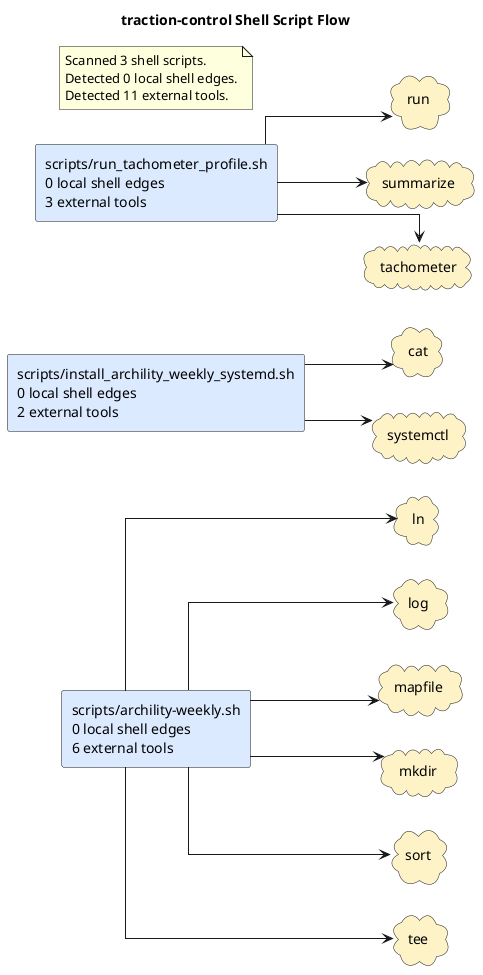
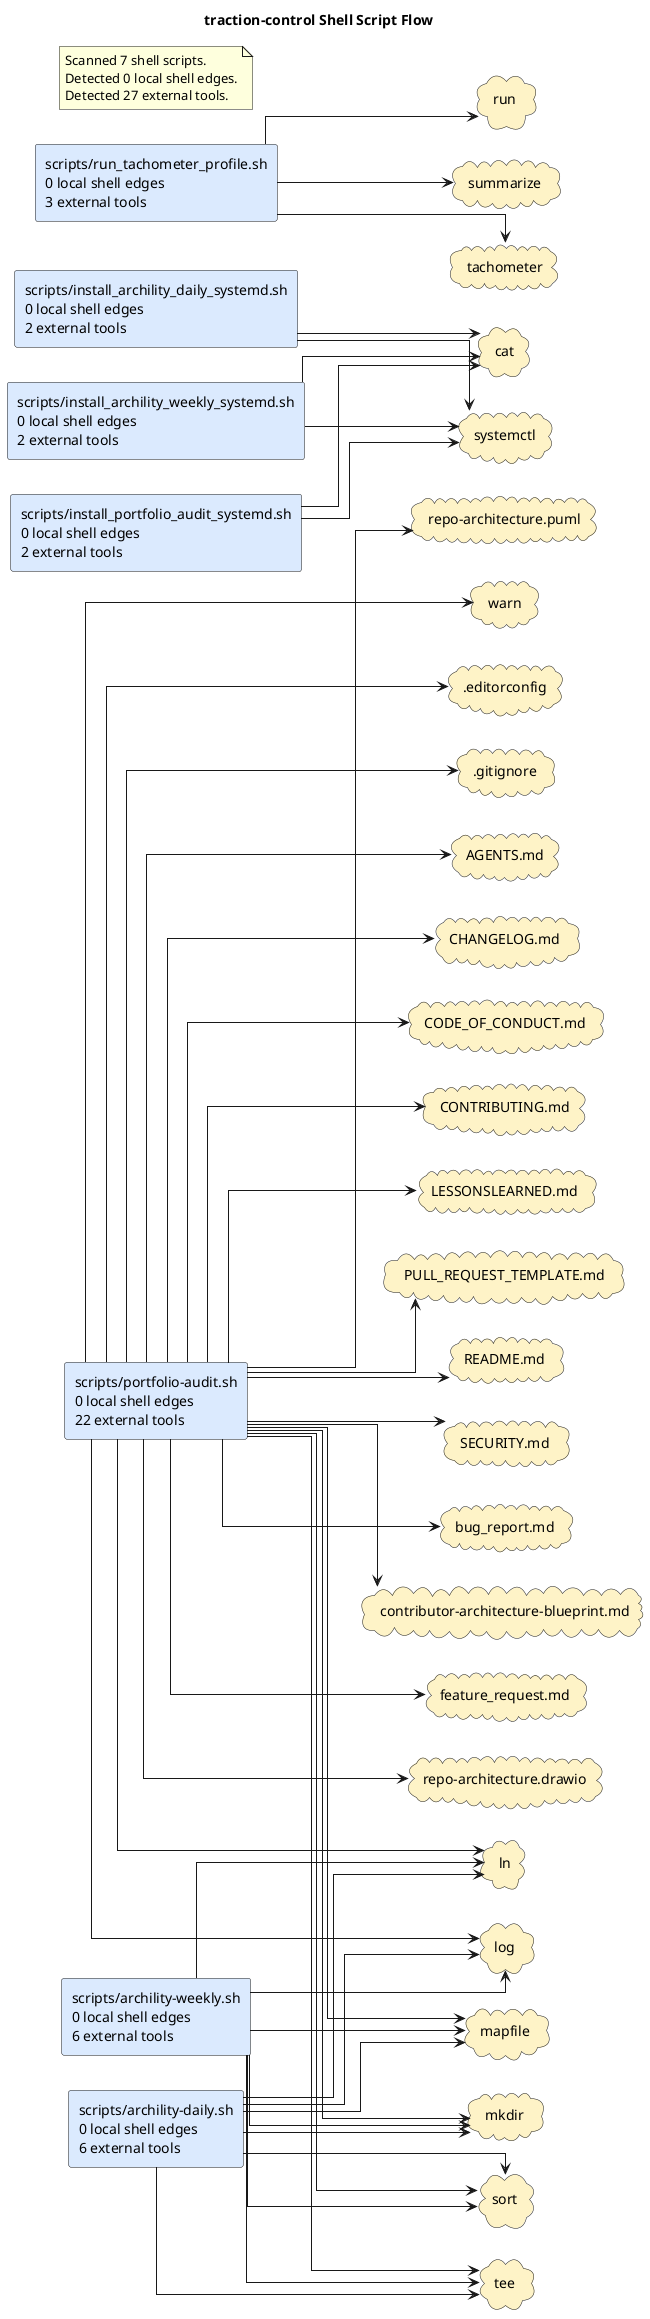
@startuml
title traction-control Shell Script Flow
left to right direction
skinparam shadowing false
skinparam defaultFontName Monospace
skinparam componentStyle rectangle
skinparam linetype ortho
+ rectangle "scripts/archility-daily.sh\n0 local shell edges\n6 external tools" as shell_scripts_archility_daily_sh #DBEAFE
rectangle "scripts/archility-weekly.sh\n0 local shell edges\n6 external tools" as shell_scripts_archility_weekly_sh #DBEAFE
+ rectangle "scripts/install_archility_daily_systemd.sh\n0 local shell edges\n2 external tools" as shell_scripts_install_archility_daily_systemd_sh #DBEAFE
rectangle "scripts/install_archility_weekly_systemd.sh\n0 local shell edges\n2 external tools" as shell_scripts_install_archility_weekly_systemd_sh #DBEAFE
+ rectangle "scripts/install_portfolio_audit_systemd.sh\n0 local shell edges\n2 external tools" as shell_scripts_install_portfolio_audit_systemd_sh #DBEAFE
+ rectangle "scripts/portfolio-audit.sh\n0 local shell edges\n22 external tools" as shell_scripts_portfolio_audit_sh #DBEAFE
rectangle "scripts/run_tachometer_profile.sh\n0 local shell edges\n3 external tools" as shell_scripts_run_tachometer_profile_sh #DBEAFE
+ cloud ".editorconfig" as tool_editorconfig #FEF3C7
+ cloud ".gitignore" as tool_gitignore #FEF3C7
+ cloud "AGENTS.md" as tool_agents_md #FEF3C7
+ cloud "CHANGELOG.md" as tool_changelog_md #FEF3C7
+ cloud "CODE_OF_CONDUCT.md" as tool_code_of_conduct_md #FEF3C7
+ cloud "CONTRIBUTING.md" as tool_contributing_md #FEF3C7
+ cloud "LESSONSLEARNED.md" as tool_lessonslearned_md #FEF3C7
+ cloud "PULL_REQUEST_TEMPLATE.md" as tool_pull_request_template_md #FEF3C7
+ cloud "README.md" as tool_readme_md #FEF3C7
+ cloud "SECURITY.md" as tool_security_md #FEF3C7
+ cloud "bug_report.md" as tool_bug_report_md #FEF3C7
cloud "cat" as tool_cat #FEF3C7
+ cloud "contributor-architecture-blueprint.md" as tool_contributor_architecture_blueprint_md #FEF3C7
+ cloud "feature_request.md" as tool_feature_request_md #FEF3C7
cloud "ln" as tool_ln #FEF3C7
cloud "log" as tool_log #FEF3C7
cloud "mapfile" as tool_mapfile #FEF3C7
cloud "mkdir" as tool_mkdir #FEF3C7
+ cloud "repo-architecture.drawio" as tool_repo_architecture_drawio #FEF3C7
+ cloud "repo-architecture.puml" as tool_repo_architecture_puml #FEF3C7
cloud "run" as tool_run #FEF3C7
cloud "sort" as tool_sort #FEF3C7
cloud "summarize" as tool_summarize #FEF3C7
cloud "systemctl" as tool_systemctl #FEF3C7
cloud "tachometer" as tool_tachometer #FEF3C7
cloud "tee" as tool_tee #FEF3C7
+ cloud "warn" as tool_warn #FEF3C7
+ shell_scripts_archility_daily_sh --> tool_ln
+ shell_scripts_archility_daily_sh --> tool_log
+ shell_scripts_archility_daily_sh --> tool_mapfile
+ shell_scripts_archility_daily_sh --> tool_mkdir
+ shell_scripts_archility_daily_sh --> tool_sort
+ shell_scripts_archility_daily_sh --> tool_tee
shell_scripts_archility_weekly_sh --> tool_ln
shell_scripts_archility_weekly_sh --> tool_log
shell_scripts_archility_weekly_sh --> tool_mapfile
shell_scripts_archility_weekly_sh --> tool_mkdir
shell_scripts_archility_weekly_sh --> tool_sort
shell_scripts_archility_weekly_sh --> tool_tee
+ shell_scripts_install_archility_daily_systemd_sh --> tool_cat
+ shell_scripts_install_archility_daily_systemd_sh --> tool_systemctl
shell_scripts_install_archility_weekly_systemd_sh --> tool_cat
shell_scripts_install_archility_weekly_systemd_sh --> tool_systemctl
+ shell_scripts_install_portfolio_audit_systemd_sh --> tool_cat
+ shell_scripts_install_portfolio_audit_systemd_sh --> tool_systemctl
+ shell_scripts_portfolio_audit_sh --> tool_editorconfig
+ shell_scripts_portfolio_audit_sh --> tool_gitignore
+ shell_scripts_portfolio_audit_sh --> tool_agents_md
+ shell_scripts_portfolio_audit_sh --> tool_changelog_md
+ shell_scripts_portfolio_audit_sh --> tool_code_of_conduct_md
+ shell_scripts_portfolio_audit_sh --> tool_contributing_md
+ shell_scripts_portfolio_audit_sh --> tool_lessonslearned_md
+ shell_scripts_portfolio_audit_sh --> tool_pull_request_template_md
+ shell_scripts_portfolio_audit_sh --> tool_readme_md
+ shell_scripts_portfolio_audit_sh --> tool_security_md
+ shell_scripts_portfolio_audit_sh --> tool_bug_report_md
+ shell_scripts_portfolio_audit_sh --> tool_contributor_architecture_blueprint_md
+ shell_scripts_portfolio_audit_sh --> tool_feature_request_md
+ shell_scripts_portfolio_audit_sh --> tool_ln
+ shell_scripts_portfolio_audit_sh --> tool_log
+ shell_scripts_portfolio_audit_sh --> tool_mapfile
+ shell_scripts_portfolio_audit_sh --> tool_mkdir
+ shell_scripts_portfolio_audit_sh --> tool_repo_architecture_drawio
+ shell_scripts_portfolio_audit_sh --> tool_repo_architecture_puml
+ shell_scripts_portfolio_audit_sh --> tool_sort
+ shell_scripts_portfolio_audit_sh --> tool_tee
+ shell_scripts_portfolio_audit_sh --> tool_warn
shell_scripts_run_tachometer_profile_sh --> tool_run
shell_scripts_run_tachometer_profile_sh --> tool_summarize
shell_scripts_run_tachometer_profile_sh --> tool_tachometer
note as shellGraphSummary
- Scanned 3 shell scripts.
+ Scanned 7 shell scripts.
Detected 0 local shell edges.
- Detected 11 external tools.
+ Detected 27 external tools.
end note
@enduml
